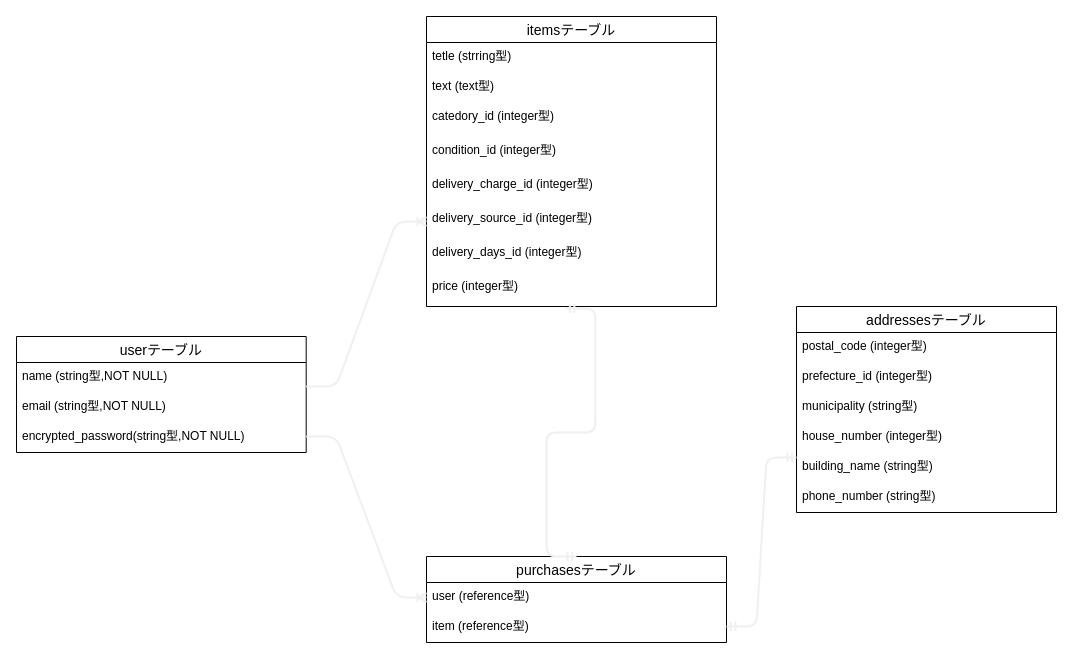
shun0328/furima-35841 keeps this draw.io diagram as ER.dio. Above is the earlier version. Source tidied: cells renumbered, new cells numbered last; positions are measured from the earlier drawing's top-left corner, leaving out a move shared by most shapes. Both pictures are drawn from the tidied source at 100%, with x=0, y=0 at pixel (16, 16).
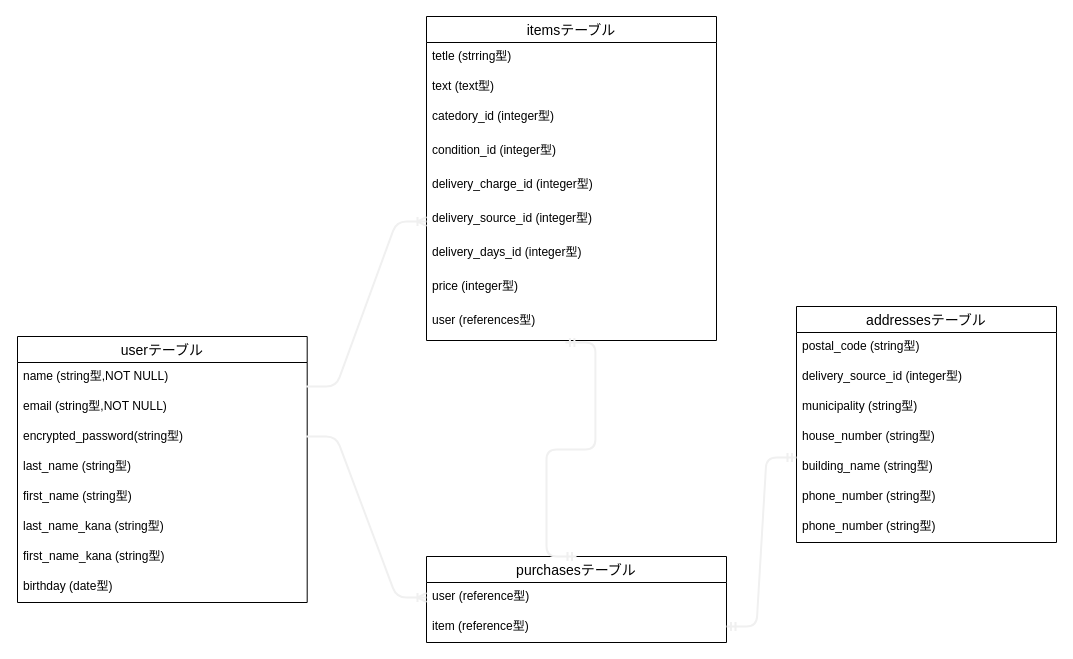
Above is the later version.

Commit message (it also covers changes not shown here):
REAMDEMEとER図の修正

What changed in the source:
```diff
@@
     <mxCell id="2" value="userテーブル" style="swimlane;fontStyle=0;horizontal=1;startSize=26;align=center;fontSize=14;" parent="1" vertex="1">
-      <mxGeometry y="320" width="289.7" height="116" as="geometry" />
+      <mxGeometry x="1" y="320" width="289.7" height="266" as="geometry" />
     </mxCell>
@@
-    <mxCell id="5" value="encrypted_password(string型,NOT NULL)" style="text;strokeColor=none;fillColor=none;spacingLeft=4;spacingRight=4;overflow=hidden;fontSize=12;" parent="2" vertex="1">
-      <mxGeometry y="86" width="289.7" height="30" as="geometry" />
-    </mxCell>
+    <mxCell id="29" value="encrypted_password(string型)" style="text;strokeColor=none;fillColor=none;spacingLeft=4;spacingRight=4;overflow=hidden;fontSize=12;" parent="2" vertex="1">
+      <mxGeometry y="86" width="289.7" height="30" as="geometry" />
+    </mxCell>
+    <mxCell id="30" value="last_name (string型)" style="text;strokeColor=none;fillColor=none;spacingLeft=4;spacingRight=4;overflow=hidden;fontSize=12;" parent="2" vertex="1">
+      <mxGeometry y="116" width="289.7" height="30" as="geometry" />
+    </mxCell>
+    <mxCell id="31" value="first_name (string型)" style="text;strokeColor=none;fillColor=none;spacingLeft=4;spacingRight=4;overflow=hidden;fontSize=12;" parent="2" vertex="1">
+      <mxGeometry y="146" width="289.7" height="30" as="geometry" />
+    </mxCell>
+    <mxCell id="32" value="last_name_kana (string型)" style="text;strokeColor=none;fillColor=none;spacingLeft=4;spacingRight=4;overflow=hidden;fontSize=12;" parent="2" vertex="1">
+      <mxGeometry y="176" width="289.7" height="30" as="geometry" />
+    </mxCell>
+    <mxCell id="33" value="first_name_kana (string型)" style="text;strokeColor=none;fillColor=none;spacingLeft=4;spacingRight=4;overflow=hidden;fontSize=12;" parent="2" vertex="1">
+      <mxGeometry y="206" width="289.7" height="30" as="geometry" />
+    </mxCell>
+    <mxCell id="34" value="birthday (date型)" style="text;strokeColor=none;fillColor=none;spacingLeft=4;spacingRight=4;overflow=hidden;fontSize=12;" parent="2" vertex="1">
+      <mxGeometry y="236" width="289.7" height="30" as="geometry" />
+    </mxCell>
     <mxCell id="6" value="itemsテーブル" style="swimlane;fontStyle=0;horizontal=1;startSize=26;align=center;fontSize=14;" parent="1" vertex="1">
-      <mxGeometry x="410" width="290" height="290" as="geometry" />
+      <mxGeometry x="410" width="290" height="324" as="geometry" />
     </mxCell>
@@
+    <mxCell id="35" value="price (integer型)" style="text;strokeColor=none;fillColor=none;spacingLeft=4;spacingRight=4;overflow=hidden;fontSize=12;" parent="6" vertex="1">
+      <mxGeometry y="256" width="290" height="34" as="geometry" />
+    </mxCell>
-    <mxCell id="14" value="price (integer型)" style="text;strokeColor=none;fillColor=none;spacingLeft=4;spacingRight=4;overflow=hidden;points=[[0,0.5],[1,0.5]];portConstraint=eastwest;fontSize=12;" parent="6" vertex="1">
-      <mxGeometry y="256" width="290" height="34" as="geometry" />
+    <mxCell id="14" value="user (references型)" style="text;strokeColor=none;fillColor=none;spacingLeft=4;spacingRight=4;overflow=hidden;points=[[0,0.5],[1,0.5]];portConstraint=eastwest;fontSize=12;" parent="6" vertex="1">
+      <mxGeometry y="290" width="290" height="34" as="geometry" />
     </mxCell>
@@
     <mxCell id="18" value="addressesテーブル" style="swimlane;fontStyle=0;horizontal=1;startSize=26;align=center;fontSize=14;" parent="1" vertex="1">
-      <mxGeometry x="780" y="290" width="260" height="206" as="geometry" />
+      <mxGeometry x="780" y="290" width="260" height="236" as="geometry" />
     </mxCell>
-    <mxCell id="19" value="postal_code (integer型)" style="text;strokeColor=none;fillColor=none;spacingLeft=4;spacingRight=4;overflow=hidden;fontSize=12;" parent="18" vertex="1">
+    <mxCell id="19" value="postal_code (string型)" style="text;strokeColor=none;fillColor=none;spacingLeft=4;spacingRight=4;overflow=hidden;fontSize=12;" parent="18" vertex="1">
       <mxGeometry y="26" width="260" height="30" as="geometry" />
     </mxCell>
-    <mxCell id="20" value="prefecture_id (integer型)" style="text;strokeColor=none;fillColor=none;spacingLeft=4;spacingRight=4;overflow=hidden;fontSize=12;" parent="18" vertex="1">
+    <mxCell id="20" value="delivery_source_id (integer型)" style="text;strokeColor=none;fillColor=none;spacingLeft=4;spacingRight=4;overflow=hidden;fontSize=12;" parent="18" vertex="1">
       <mxGeometry y="56" width="260" height="30" as="geometry" />
     </mxCell>
@@
-    <mxCell id="22" value="house_number (integer型)" style="text;strokeColor=none;fillColor=none;spacingLeft=4;spacingRight=4;overflow=hidden;fontSize=12;" parent="18" vertex="1">
+    <mxCell id="22" value="house_number (string型)" style="text;strokeColor=none;fillColor=none;spacingLeft=4;spacingRight=4;overflow=hidden;fontSize=12;" parent="18" vertex="1">
       <mxGeometry y="116" width="260" height="30" as="geometry" />
     </mxCell>
@@
+    <mxCell id="36" value="phone_number (string型)" style="text;strokeColor=none;fillColor=none;spacingLeft=4;spacingRight=4;overflow=hidden;fontSize=12;" parent="18" vertex="1">
+      <mxGeometry y="176" width="260" height="30" as="geometry" />
+    </mxCell>
     <mxCell id="24" value="phone_number (string型)" style="text;strokeColor=none;fillColor=none;spacingLeft=4;spacingRight=4;overflow=hidden;fontSize=12;" parent="18" vertex="1">
-      <mxGeometry y="176" width="260" height="30" as="geometry" />
+      <mxGeometry y="206" width="260" height="30" as="geometry" />
     </mxCell>
```
